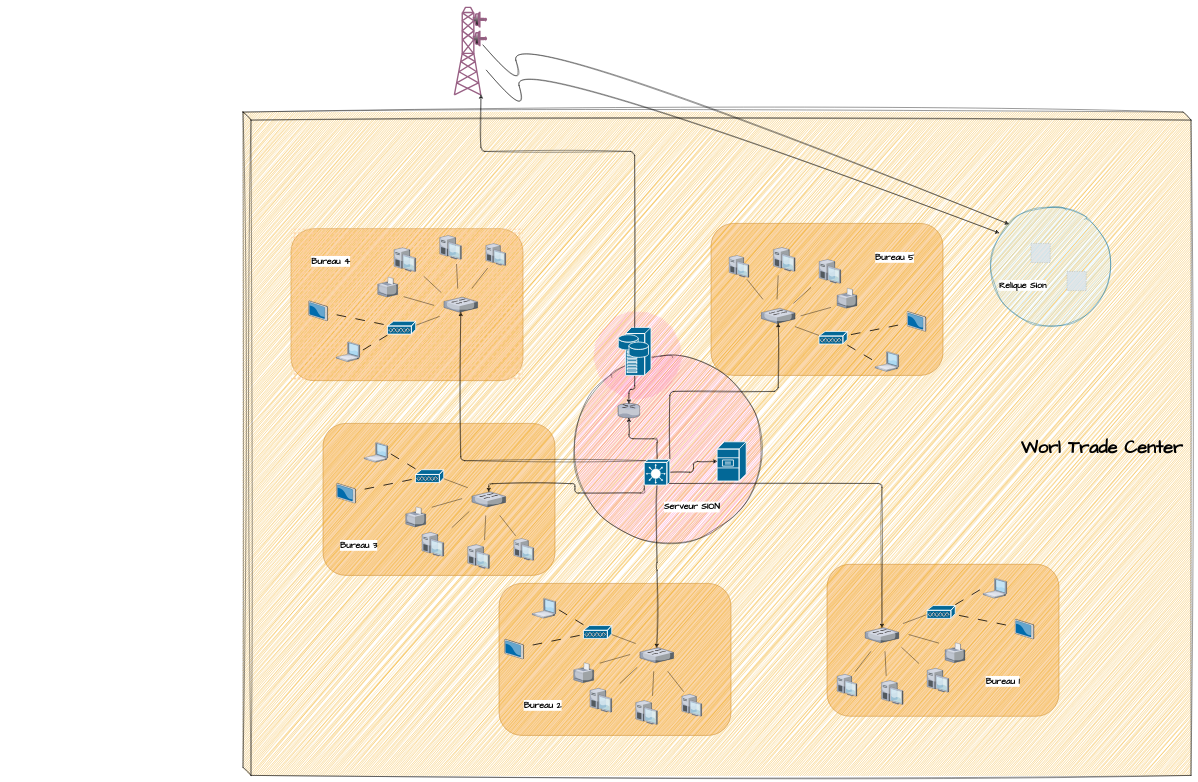
barbara-vanni/cisco keeps this draw.io diagram as Architecture Réseau.drawio. Above is the earlier version. Source tidied: cells renumbered, new cells numbered last; positions are measured from the earlier drawing's top-left corner, leaving out a move shared by most shapes. Both pictures are drawn from the tidied source at 40%, with x=0, y=0 at pixel (7, 7). Pictures stored in the file or linked from it are replaced by grey dashed boxes.
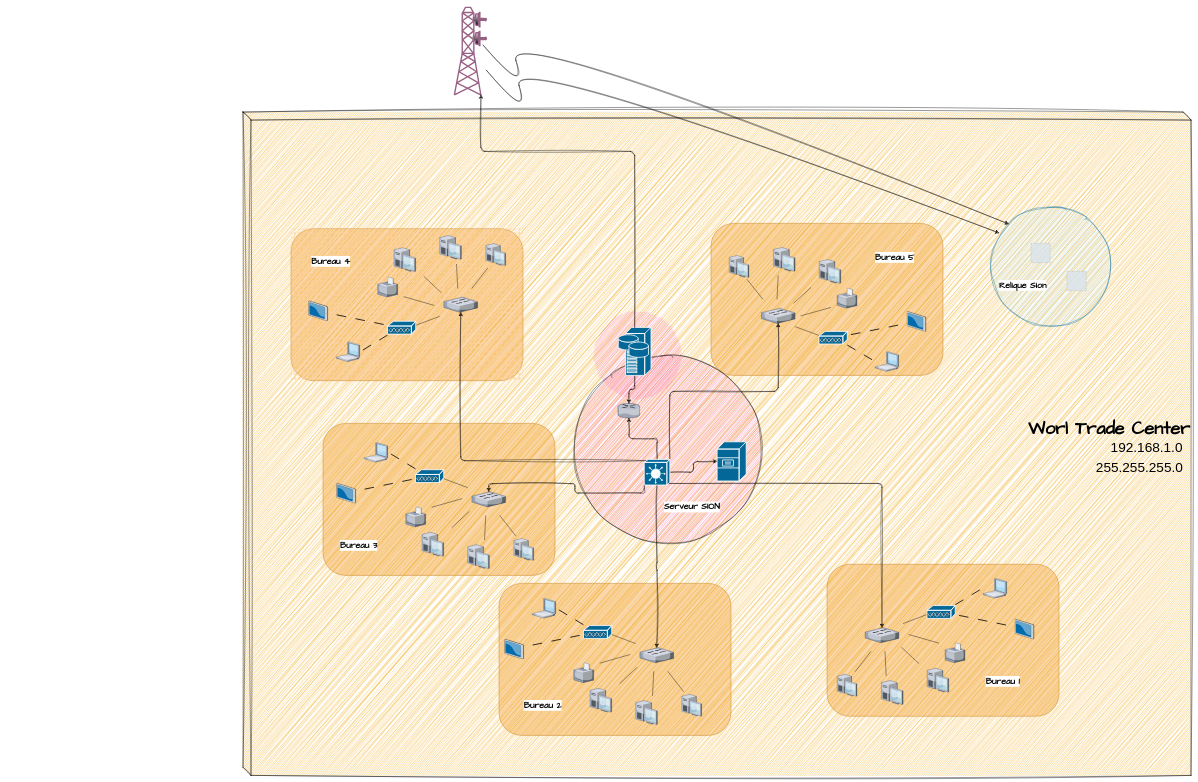
The same diagram, later.

Commit message (it also covers changes not shown here):
Mettre à jour Architecture Réseau.drawio

Change to the diagram source:
```diff
@@
-    <mxCell id="7" value="&lt;div style=&quot;&quot;&gt;&lt;b style=&quot;font-size: 45px; background-color: initial;&quot;&gt;Worl Trade Center&amp;nbsp;&lt;/b&gt;&lt;/div&gt;" style="shape=cube;whiteSpace=wrap;html=1;boundedLbl=1;backgroundOutline=1;darkOpacity=0.05;darkOpacity2=0.1;rounded=1;sketch=1;hachureGap=4;jiggle=2;curveFitting=1;fontFamily=Architects Daughter;fontSize=20;fillColor=#f0a30a;fontColor=#000000;strokeColor=#000000;strokeWidth=1;align=right;" parent="1" vertex="1">
+    <mxCell id="7" value="&lt;div style=&quot;&quot;&gt;&lt;span style=&quot;background-color: initial;&quot;&gt;&lt;span style=&quot;font-size: 45px; font-weight: bold;&quot;&gt;Worl Trade Center&lt;/span&gt;&lt;br&gt;&lt;font style=&quot;font-size: 34px;&quot; face=&quot;Helvetica&quot;&gt;192.168.1.0&amp;nbsp;&amp;nbsp;&lt;br&gt;&lt;/font&gt;&lt;font style=&quot;font-size: 34px;&quot; face=&quot;Helvetica&quot;&gt;255.255.255.0&lt;/font&gt;&lt;span style=&quot;font-size: 45px; font-weight: bold;&quot;&gt;&amp;nbsp;&lt;/span&gt;&lt;/span&gt;&lt;/div&gt;" style="shape=cube;whiteSpace=wrap;html=1;boundedLbl=1;backgroundOutline=1;darkOpacity=0.05;darkOpacity2=0.1;rounded=1;sketch=1;hachureGap=4;jiggle=2;curveFitting=1;fontFamily=Architects Daughter;fontSize=20;fillColor=#f0a30a;fontColor=#000000;strokeColor=#000000;strokeWidth=1;align=right;" parent="1" vertex="1">
       <mxGeometry x="590" y="261.7" width="2370" height="1658.3" as="geometry" />
     </mxCell>
```
